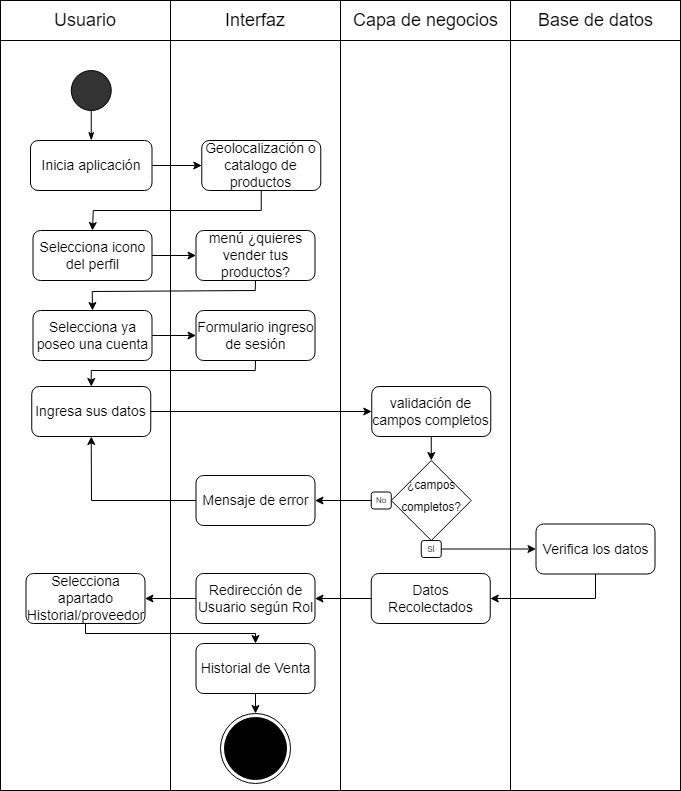
Earlier version of the draw.io export Fase 1/Evidencias Grupales/Diagramas/3) Diagrama de Actividad/15)Act_Historial_Venta.drawio.png (SoyElMato1/Grupo4-GreenMarket). Source tidied: cells renumbered, new cells last; positions are measured from the earlier drawing's top-left corner, leaving out a move shared by most shapes. Source of this version:
```xml
<mxGraphModel>
  <root>
    <mxCell id="0" />
    <mxCell id="1" parent="0" />
    <mxCell id="2" style="group;" parent="1" vertex="1">
      <mxGeometry width="680" height="40" as="geometry" />
    </mxCell>
    <mxCell id="3" style="group;" parent="2" vertex="1">
      <mxGeometry width="170" height="40" as="geometry" />
    </mxCell>
    <mxCell id="4" style="rounded=0;whiteSpace=wrap;html=1;fontSize=14;fillColor=#FFFFFF;" parent="3" vertex="1">
      <mxGeometry width="170" height="40" as="geometry" />
    </mxCell>
    <mxCell id="5" value="&lt;font style=&quot;font-size: 18px;&quot;&gt;Usuario&lt;/font&gt;" style="text;html=1;strokeColor=none;fillColor=none;align=center;verticalAlign=middle;whiteSpace=wrap;rounded=0;" parent="3" vertex="1">
      <mxGeometry x="55" y="5" width="60" height="30" as="geometry" />
    </mxCell>
    <mxCell id="6" style="group;" parent="2" vertex="1">
      <mxGeometry x="170" width="170" height="40" as="geometry" />
    </mxCell>
    <mxCell id="7" style="rounded=0;whiteSpace=wrap;html=1;fontSize=14;fillColor=#FFFFFF;" parent="6" vertex="1">
      <mxGeometry width="170" height="40" as="geometry" />
    </mxCell>
    <mxCell id="8" value="&lt;span style=&quot;font-size: 18px;&quot;&gt;Interfaz&lt;/span&gt;" style="text;html=1;strokeColor=none;fillColor=none;align=center;verticalAlign=middle;whiteSpace=wrap;rounded=0;" parent="6" vertex="1">
      <mxGeometry x="55" y="5" width="60" height="30" as="geometry" />
    </mxCell>
    <mxCell id="9" style="group;" parent="2" vertex="1">
      <mxGeometry x="340" width="170" height="40" as="geometry" />
    </mxCell>
    <mxCell id="10" style="rounded=0;whiteSpace=wrap;html=1;fontSize=14;fillColor=#FFFFFF;" parent="9" vertex="1">
      <mxGeometry width="170" height="40" as="geometry" />
    </mxCell>
    <mxCell id="11" value="&lt;span style=&quot;font-size: 18px;&quot;&gt;Capa de negocios&lt;/span&gt;" style="text;html=1;strokeColor=none;fillColor=none;align=center;verticalAlign=middle;whiteSpace=wrap;rounded=0;" parent="9" vertex="1">
      <mxGeometry x="7.5" y="5" width="155" height="30" as="geometry" />
    </mxCell>
    <mxCell id="12" style="group;" parent="2" vertex="1">
      <mxGeometry x="510" width="170" height="40" as="geometry" />
    </mxCell>
    <mxCell id="13" style="rounded=0;whiteSpace=wrap;html=1;fontSize=14;fillColor=#FFFFFF;" parent="12" vertex="1">
      <mxGeometry width="170" height="40" as="geometry" />
    </mxCell>
    <mxCell id="14" value="&lt;span style=&quot;font-size: 18px;&quot;&gt;Base de datos&lt;/span&gt;" style="text;html=1;strokeColor=none;fillColor=none;align=center;verticalAlign=middle;whiteSpace=wrap;rounded=0;" parent="12" vertex="1">
      <mxGeometry x="7.5" y="5" width="155" height="30" as="geometry" />
    </mxCell>
    <mxCell id="15" style="rounded=0;whiteSpace=wrap;html=1;" parent="1" vertex="1">
      <mxGeometry y="40" width="170" height="750" as="geometry" />
    </mxCell>
    <mxCell id="16" style="rounded=0;whiteSpace=wrap;html=1;" parent="1" vertex="1">
      <mxGeometry x="170" y="40" width="170" height="750" as="geometry" />
    </mxCell>
    <mxCell id="17" style="rounded=0;whiteSpace=wrap;html=1;" parent="1" vertex="1">
      <mxGeometry x="340" y="40" width="170" height="750" as="geometry" />
    </mxCell>
    <mxCell id="18" style="rounded=0;whiteSpace=wrap;html=1;" parent="1" vertex="1">
      <mxGeometry x="510" y="40" width="170" height="750" as="geometry" />
    </mxCell>
    <mxCell id="19" style="ellipse;whiteSpace=wrap;html=1;fontSize=18;fillColor=#333333;" parent="1" vertex="1">
      <mxGeometry x="70.8" y="70" width="40" height="40" as="geometry" />
    </mxCell>
    <mxCell id="20" value="Inicia aplicación" style="rounded=1;whiteSpace=wrap;html=1;fontSize=14;" parent="1" vertex="1">
      <mxGeometry x="30" y="140" width="121.5" height="50" as="geometry" />
    </mxCell>
    <mxCell id="21" style="endArrow=none;html=1;rounded=0;fontSize=18;entryX=0.5;entryY=1;entryDx=0;entryDy=0;exitX=0.5;exitY=0;exitDx=0;exitDy=0;startArrow=classicThin;startFill=1;" parent="1" edge="1" source="20" target="19">
      <mxGeometry relative="1" as="geometry" />
    </mxCell>
    <mxCell id="22" value="Geolocalización o catalogo de productos" style="rounded=1;whiteSpace=wrap;html=1;fontSize=14;" parent="1" vertex="1">
      <mxGeometry x="201.2" y="140" width="119" height="50" as="geometry" />
    </mxCell>
    <mxCell id="23" style="endArrow=classic;html=1;rounded=0;exitX=1;exitY=0.5;exitDx=0;exitDy=0;entryX=0;entryY=0.5;entryDx=0;entryDy=0;" parent="1" edge="1" source="20" target="22">
      <mxGeometry relative="1" as="geometry" />
    </mxCell>
    <mxCell id="24" value="Selecciona icono del perfil" style="rounded=1;whiteSpace=wrap;html=1;fontSize=14;" parent="1" vertex="1">
      <mxGeometry x="32.5" y="230" width="119" height="50" as="geometry" />
    </mxCell>
    <mxCell id="25" style="endArrow=classic;html=1;rounded=0;entryX=0.5;entryY=0;entryDx=0;entryDy=0;exitX=0.5;exitY=1;exitDx=0;exitDy=0;" parent="1" edge="1" source="22" target="24">
      <mxGeometry relative="1" as="geometry">
        <Array as="points">
          <mxPoint x="260.8" y="210" />
          <mxPoint x="92.8" y="210" />
        </Array>
      </mxGeometry>
    </mxCell>
    <mxCell id="26" value="menú ¿quieres vender tus productos?" style="rounded=1;whiteSpace=wrap;html=1;fontSize=14;" parent="1" vertex="1">
      <mxGeometry x="195.5" y="230" width="119" height="50" as="geometry" />
    </mxCell>
    <mxCell id="27" style="endArrow=classic;html=1;rounded=0;exitX=1;exitY=0.5;exitDx=0;exitDy=0;entryX=0;entryY=0.5;entryDx=0;entryDy=0;" parent="1" edge="1" source="24" target="26">
      <mxGeometry relative="1" as="geometry" />
    </mxCell>
    <mxCell id="28" value="Selecciona ya poseo una cuenta" style="rounded=1;whiteSpace=wrap;html=1;fontSize=14;" parent="1" vertex="1">
      <mxGeometry x="32.5" y="310" width="119" height="50" as="geometry" />
    </mxCell>
    <mxCell id="29" style="endArrow=classic;html=1;rounded=0;entryX=0.5;entryY=0;entryDx=0;entryDy=0;exitX=0.5;exitY=1;exitDx=0;exitDy=0;" parent="1" edge="1" source="26" target="28">
      <mxGeometry relative="1" as="geometry">
        <Array as="points">
          <mxPoint x="254.8" y="290" />
          <mxPoint x="91.8" y="291" />
        </Array>
      </mxGeometry>
    </mxCell>
    <mxCell id="30" value="Formulario ingreso de sesión" style="rounded=1;whiteSpace=wrap;html=1;fontSize=14;" parent="1" vertex="1">
      <mxGeometry x="195.5" y="310" width="119" height="50" as="geometry" />
    </mxCell>
    <mxCell id="31" style="endArrow=classic;html=1;rounded=0;exitX=1;exitY=0.5;exitDx=0;exitDy=0;entryX=0;entryY=0.5;entryDx=0;entryDy=0;" parent="1" edge="1" source="28" target="30">
      <mxGeometry relative="1" as="geometry" />
    </mxCell>
    <mxCell id="32" style="group;" parent="1" vertex="1">
      <mxGeometry x="370.8" y="460" width="100" height="97" as="geometry" />
    </mxCell>
    <mxCell id="33" value="&lt;font style=&quot;line-height: 0; font-size: 14px;&quot;&gt;&lt;sup style=&quot;&quot;&gt;¿campos completos?&lt;/sup&gt;&lt;/font&gt;" style="rhombus;whiteSpace=wrap;html=1;fontSize=18;fillColor=#FFFFFF;align=center;" parent="32" vertex="1">
      <mxGeometry x="20" width="80" height="80" as="geometry" />
    </mxCell>
    <mxCell id="34" value="No" style="rounded=1;whiteSpace=wrap;html=1;fontSize=8;fillColor=#FFFFFF;" parent="32" vertex="1">
      <mxGeometry y="31.5" width="20" height="17" as="geometry" />
    </mxCell>
    <mxCell id="35" value="SÍ" style="rounded=1;whiteSpace=wrap;html=1;fontSize=8;fillColor=#FFFFFF;" parent="32" vertex="1">
      <mxGeometry x="50" y="80" width="20" height="17" as="geometry" />
    </mxCell>
    <mxCell id="36" value="Verifica los datos" style="rounded=1;whiteSpace=wrap;html=1;fontSize=14;" parent="1" vertex="1">
      <mxGeometry x="535.5" y="523.5" width="119" height="50" as="geometry" />
    </mxCell>
    <mxCell id="37" value="Mensaje de error" style="rounded=1;whiteSpace=wrap;html=1;fontSize=14;" parent="1" vertex="1">
      <mxGeometry x="195.5" y="475" width="119" height="50" as="geometry" />
    </mxCell>
    <mxCell id="38" style="endArrow=classic;html=1;rounded=0;entryX=1;entryY=0.5;entryDx=0;entryDy=0;exitX=0;exitY=0.5;exitDx=0;exitDy=0;" parent="1" edge="1" source="34" target="37">
      <mxGeometry relative="1" as="geometry" />
    </mxCell>
    <mxCell id="39" value="Redirección de Usuario según Rol" style="rounded=1;whiteSpace=wrap;html=1;fontSize=14;" parent="1" vertex="1">
      <mxGeometry x="195.5" y="573" width="119" height="50" as="geometry" />
    </mxCell>
    <mxCell id="40" style="ellipse;html=1;shape=endState;fillColor=#000000;strokeColor=#000000;" parent="1" vertex="1">
      <mxGeometry x="220" y="713" width="70" height="70" as="geometry" />
    </mxCell>
    <mxCell id="41" value="Ingresa sus datos" style="rounded=1;whiteSpace=wrap;html=1;fontSize=14;" parent="1" vertex="1">
      <mxGeometry x="31.2" y="386" width="119" height="50" as="geometry" />
    </mxCell>
    <mxCell id="42" style="endArrow=classic;html=1;rounded=0;exitX=0.5;exitY=1;exitDx=0;exitDy=0;entryX=0.5;entryY=0;entryDx=0;entryDy=0;" parent="1" edge="1" source="30" target="41">
      <mxGeometry relative="1" as="geometry">
        <Array as="points">
          <mxPoint x="254.8" y="370" />
          <mxPoint x="90.8" y="370" />
        </Array>
      </mxGeometry>
    </mxCell>
    <mxCell id="43" value="validación de campos completos" style="rounded=1;whiteSpace=wrap;html=1;fontSize=14;" parent="1" vertex="1">
      <mxGeometry x="371.2" y="386" width="119" height="50" as="geometry" />
    </mxCell>
    <mxCell id="44" style="endArrow=classic;html=1;rounded=0;exitX=1;exitY=0.5;exitDx=0;exitDy=0;entryX=0;entryY=0.5;entryDx=0;entryDy=0;" parent="1" edge="1" source="41" target="43">
      <mxGeometry relative="1" as="geometry" />
    </mxCell>
    <mxCell id="45" style="endArrow=classic;html=1;rounded=0;exitX=0.5;exitY=1;exitDx=0;exitDy=0;entryX=0.5;entryY=0;entryDx=0;entryDy=0;" parent="1" edge="1" source="43" target="33">
      <mxGeometry relative="1" as="geometry" />
    </mxCell>
    <mxCell id="46" style="endArrow=classic;html=1;rounded=0;exitX=0;exitY=0.5;exitDx=0;exitDy=0;entryX=0.5;entryY=1;entryDx=0;entryDy=0;" parent="1" edge="1" source="37" target="41">
      <mxGeometry relative="1" as="geometry">
        <Array as="points">
          <mxPoint x="91" y="500" />
        </Array>
      </mxGeometry>
    </mxCell>
    <mxCell id="47" value="Datos Recolectados" style="rounded=1;whiteSpace=wrap;html=1;fontSize=14;" parent="1" vertex="1">
      <mxGeometry x="370.8" y="573" width="119" height="50" as="geometry" />
    </mxCell>
    <mxCell id="48" style="endArrow=classic;html=1;rounded=0;exitX=0.5;exitY=1;exitDx=0;exitDy=0;entryX=1;entryY=0.5;entryDx=0;entryDy=0;" parent="1" edge="1" source="36" target="47">
      <mxGeometry relative="1" as="geometry">
        <Array as="points">
          <mxPoint x="595" y="598" />
        </Array>
      </mxGeometry>
    </mxCell>
    <mxCell id="49" style="endArrow=classic;html=1;rounded=0;exitX=0;exitY=0.5;exitDx=0;exitDy=0;entryX=1;entryY=0.5;entryDx=0;entryDy=0;" parent="1" edge="1" source="47" target="39">
      <mxGeometry relative="1" as="geometry" />
    </mxCell>
    <mxCell id="50" style="endArrow=classic;html=1;rounded=0;exitX=1;exitY=0.5;exitDx=0;exitDy=0;entryX=0;entryY=0.5;entryDx=0;entryDy=0;" parent="1" edge="1" source="35" target="36">
      <mxGeometry relative="1" as="geometry" />
    </mxCell>
    <mxCell id="51" value="Selecciona apartado Historial/proveedor" style="rounded=1;whiteSpace=wrap;html=1;fontSize=14;" parent="1" vertex="1">
      <mxGeometry x="25.5" y="573" width="119" height="50" as="geometry" />
    </mxCell>
    <mxCell id="52" value="Historial de Venta" style="rounded=1;whiteSpace=wrap;html=1;fontSize=14;" parent="1" vertex="1">
      <mxGeometry x="195.5" y="643" width="119" height="50" as="geometry" />
    </mxCell>
    <mxCell id="53" style="endArrow=classic;html=1;rounded=0;entryX=1;entryY=0.5;entryDx=0;entryDy=0;exitX=0;exitY=0.5;exitDx=0;exitDy=0;" parent="1" edge="1" source="39" target="51">
      <mxGeometry relative="1" as="geometry" />
    </mxCell>
    <mxCell id="54" style="endArrow=classic;html=1;rounded=0;exitX=0.5;exitY=1;exitDx=0;exitDy=0;entryX=0.5;entryY=0;entryDx=0;entryDy=0;" parent="1" edge="1" source="51" target="52">
      <mxGeometry relative="1" as="geometry">
        <Array as="points">
          <mxPoint x="85" y="633" />
          <mxPoint x="255" y="633" />
        </Array>
      </mxGeometry>
    </mxCell>
    <mxCell id="55" style="endArrow=classic;html=1;rounded=0;exitX=0.5;exitY=1;exitDx=0;exitDy=0;entryX=0.5;entryY=0;entryDx=0;entryDy=0;" parent="1" edge="1" source="52" target="40">
      <mxGeometry relative="1" as="geometry" />
    </mxCell>
  </root>
</mxGraphModel>
```
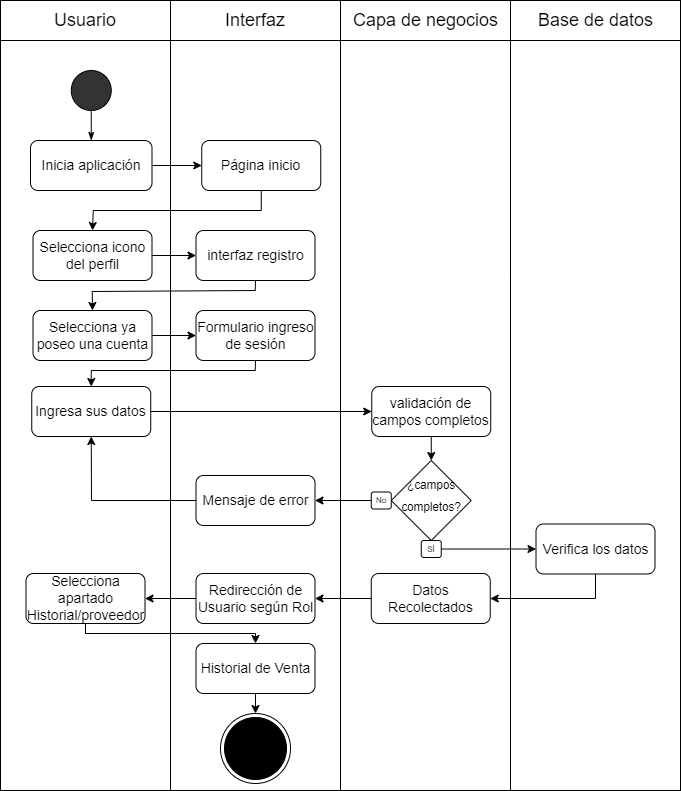
After the change.

Diff of the diagram source:
```diff
@@ -62,7 +62,7 @@
     <mxCell id="21" style="endArrow=none;html=1;rounded=0;fontSize=18;entryX=0.5;entryY=1;entryDx=0;entryDy=0;exitX=0.5;exitY=0;exitDx=0;exitDy=0;startArrow=classicThin;startFill=1;" parent="1" edge="1" source="20" target="19">
       <mxGeometry relative="1" as="geometry" />
     </mxCell>
-    <mxCell id="22" value="Geolocalización o catalogo de productos" style="rounded=1;whiteSpace=wrap;html=1;fontSize=14;" parent="1" vertex="1">
+    <mxCell id="22" value="Página inicio" style="rounded=1;whiteSpace=wrap;html=1;fontSize=14;" parent="1" vertex="1">
       <mxGeometry x="201.2" y="140" width="119" height="50" as="geometry" />
     </mxCell>
     <mxCell id="23" style="endArrow=classic;html=1;rounded=0;exitX=1;exitY=0.5;exitDx=0;exitDy=0;entryX=0;entryY=0.5;entryDx=0;entryDy=0;" parent="1" edge="1" source="20" target="22">
@@ -79,7 +79,7 @@
         </Array>
       </mxGeometry>
     </mxCell>
-    <mxCell id="26" value="menú ¿quieres vender tus productos?" style="rounded=1;whiteSpace=wrap;html=1;fontSize=14;" parent="1" vertex="1">
+    <mxCell id="26" value="interfaz registro" style="rounded=1;whiteSpace=wrap;html=1;fontSize=14;" parent="1" vertex="1">
       <mxGeometry x="195.5" y="230" width="119" height="50" as="geometry" />
     </mxCell>
     <mxCell id="27" style="endArrow=classic;html=1;rounded=0;exitX=1;exitY=0.5;exitDx=0;exitDy=0;entryX=0;entryY=0.5;entryDx=0;entryDy=0;" parent="1" edge="1" source="24" target="26">
```
